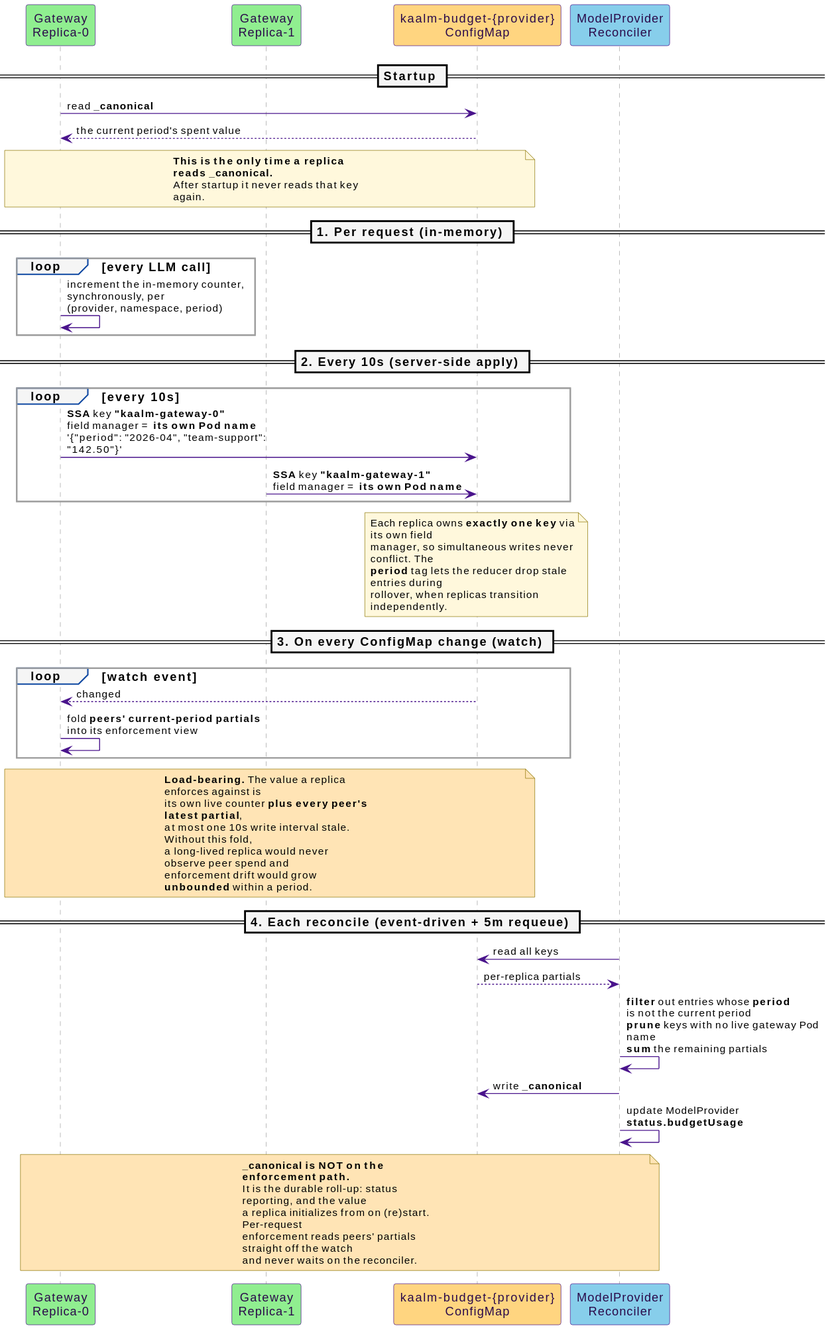
The PlantUML diagram docs/src/diagrams/budget-exchange.svg in win07xp/kaalm, before a commit.
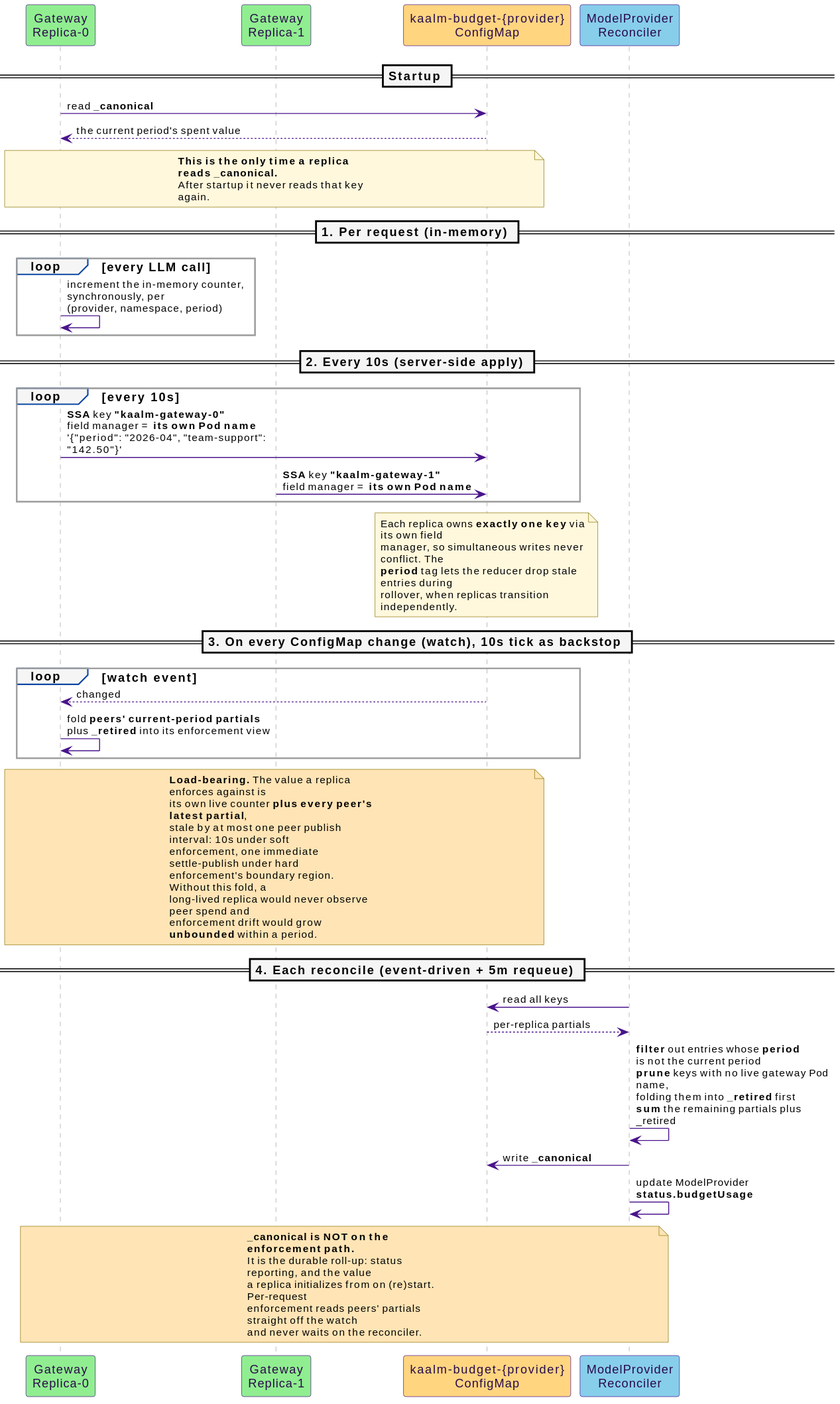
The same file after the commit.

Change to the diagram source:
```diff
@@ -34,17 +34,19 @@
   rollover, when replicas transition independently.
 end note
 
-== 3. On every ConfigMap change (watch) ==
+== 3. On every ConfigMap change (watch), 10s tick as backstop ==
 
 loop watch event
   cm --> r0 : changed
-  r0 -> r0 : fold **peers' current-period partials**\ninto its enforcement view
+  r0 -> r0 : fold **peers' current-period partials**\nplus **_retired** into its enforcement view
 end
 note over r0, cm #FFE4B5
   **Load-bearing.** The value a replica enforces against is
   its own live counter **plus every peer's latest partial**,
-  at most one 10s write interval stale. Without this fold,
-  a long-lived replica would never observe peer spend and
+  stale by at most one peer publish interval: 10s under soft
+  enforcement, one immediate settle-publish under hard
+  enforcement's boundary region. Without this fold, a
+  long-lived replica would never observe peer spend and
   enforcement drift would grow **unbounded** within a period.
 end note
 
@@ -52,7 +54,7 @@
 
 rec -> cm : read all keys
 cm --> rec : per-replica partials
-rec -> rec : **filter** out entries whose **period**\nis not the current period\n**prune** keys with no live gateway Pod name\n**sum** the remaining partials
+rec -> rec : **filter** out entries whose **period**\nis not the current period\n**prune** keys with no live gateway Pod name,\nfolding them into **_retired** first\n**sum** the remaining partials plus _retired
 rec -> cm : write **_canonical**
 rec -> rec : update ModelProvider **status.budgetUsage**
 
```
